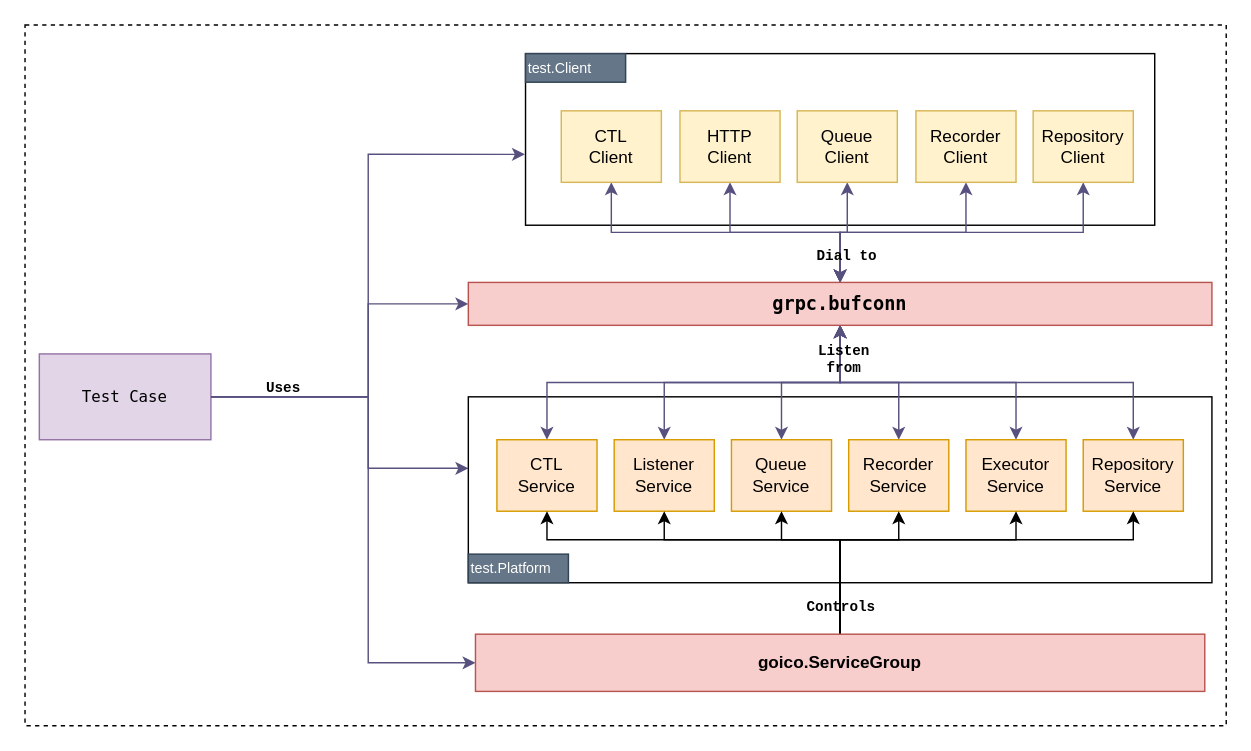
This is page "Testing" (14 of 14) of docs/Jobico.drawio from andrescosta/jobico-fn, a draw.io file, before an edit. Source tidied: cells renumbered, new cells numbered last; positions are measured from the earlier drawing's top-left corner, leaving out a move shared by most shapes. Both pictures are drawn from the tidied source at 143%, with x=0, y=0 at pixel (24, 24).
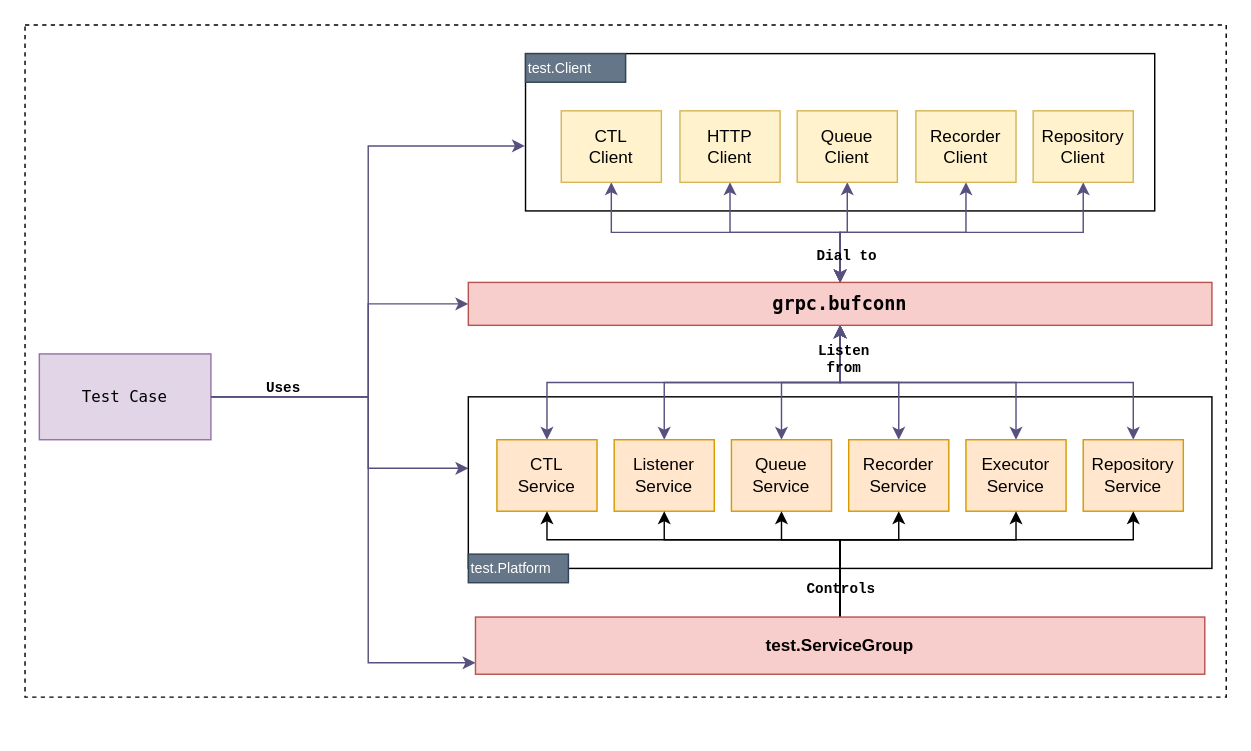
The same page after the edit.

Change to the diagram source:
```diff
@@
     <mxCell id="2" style="rounded=0;whiteSpace=wrap;html=1;dashed=1;" parent="1" vertex="1">
-      <mxGeometry width="840" height="490" as="geometry" />
+      <mxGeometry width="840" height="470" as="geometry" />
     </mxCell>
     <mxCell id="3" style="rounded=0;whiteSpace=wrap;html=1;verticalAlign=top;align=left;fontFamily=Lucida Console;fontSize=9;strokeWidth=1;" parent="1" vertex="1">
-      <mxGeometry x="350" y="20" width="440" height="120" as="geometry" />
+      <mxGeometry x="350" y="20" width="440" height="110" as="geometry" />
     </mxCell>
@@
     <mxCell id="7" style="rounded=0;whiteSpace=wrap;html=1;verticalAlign=top;align=left;fontFamily=Lucida Console;fontSize=9;strokeWidth=1;" parent="1" vertex="1">
-      <mxGeometry x="310" y="260" width="520" height="130" as="geometry" />
+      <mxGeometry x="310" y="260" width="520" height="120" as="geometry" />
     </mxCell>
@@
-    <mxCell id="42" value="goico.ServiceGroup" style="rounded=0;whiteSpace=wrap;html=1;fillColor=#f8cecc;strokeColor=#b85450;fontStyle=1;" parent="1" vertex="1">
-      <mxGeometry x="315" y="426" width="510" height="40" as="geometry" />
+    <mxCell id="42" value="test.ServiceGroup" style="rounded=0;whiteSpace=wrap;html=1;fillColor=#f8cecc;strokeColor=#b85450;fontStyle=1;" parent="1" vertex="1">
+      <mxGeometry x="315" y="414" width="510" height="40" as="geometry" />
     </mxCell>
@@
     <mxCell id="45" value="Controls" style="text;html=1;align=center;verticalAlign=middle;whiteSpace=wrap;rounded=0;fontFamily=Courier New;fontSize=10;fontColor=default;fontStyle=1;labelBackgroundColor=none;" parent="1" vertex="1">
-      <mxGeometry x="541" y="392" width="60" height="30" as="geometry" />
+      <mxGeometry x="541" y="380" width="60" height="30" as="geometry" />
     </mxCell>
```
